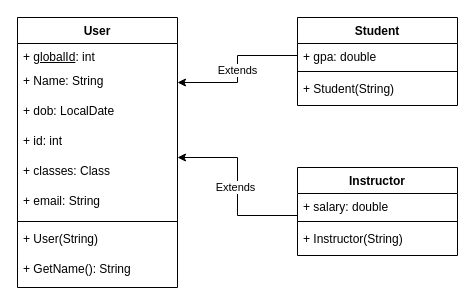
Earlier version of the draw.io diagram Inheritance.drawio (bsergazin/csc205Inheritance). Source tidied: cells renumbered, new cells numbered last; positions are measured from the earlier drawing's top-left corner, leaving out a move shared by most shapes. Both pictures are drawn from the tidied source at 100%, with x=0, y=0 at pixel (17, 17).
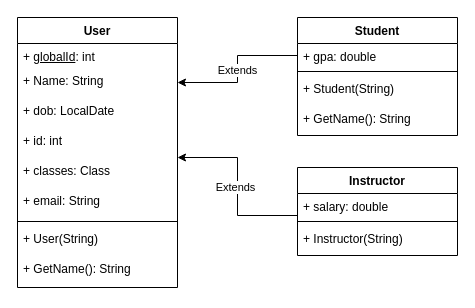
After the change.

What changed in the source:
```diff
@@
     <mxCell id="12" value="Student" style="swimlane;fontStyle=1;align=center;verticalAlign=top;horizontal=1;startSize=26;whiteSpace=wrap;html=1;" parent="1" vertex="1">
-      <mxGeometry x="280" width="160" height="88" as="geometry" />
+      <mxGeometry x="280" width="160" height="118" as="geometry" />
     </mxCell>
@@
+    <mxCell id="24" value="+ GetName(): String" style="text;strokeColor=none;fillColor=none;align=left;verticalAlign=top;spacingLeft=4;spacingRight=4;overflow=hidden;whiteSpace=wrap;html=1;" parent="12" vertex="1">
+      <mxGeometry y="88" width="160" height="30" as="geometry" />
+    </mxCell>
```
